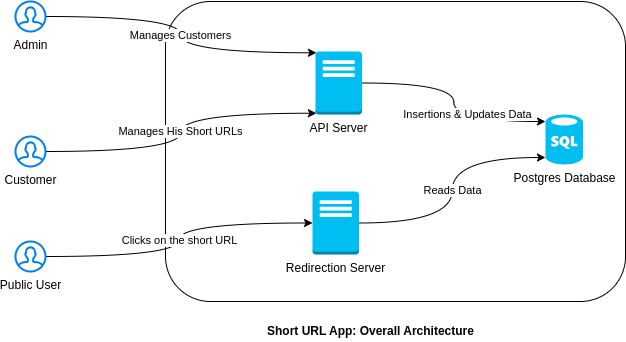
Earlier version of the draw.io export docs/02_design/images/ArchitectureDiagrams.drawio.png (elbombardi/squrl). Source tidied: cells renumbered, new cells last; positions are measured from the earlier drawing's top-left corner, leaving out a move shared by most shapes.
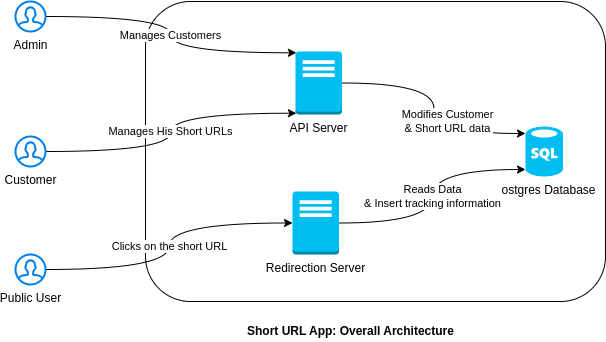
After the commit.

The edit, as a diff of the source:
```diff
@@ -5,11 +5,11 @@
     <mxCell id="2" style="rounded=1;whiteSpace=wrap;html=1;" parent="1" vertex="1">
       <mxGeometry x="150" width="460" height="300" as="geometry" />
     </mxCell>
-    <mxCell id="3" value="Insertions &amp;amp; Updates Data" style="rounded=0;jettySize=auto;html=1;entryX=0;entryY=0.14;entryDx=0;entryDy=0;entryPerimeter=0;exitX=1;exitY=0.5;exitDx=0;exitDy=0;exitPerimeter=0;edgeStyle=orthogonalEdgeStyle;curved=1;" parent="1" edge="1" source="6" target="4">
+    <mxCell id="3" value="Modifies Customer &lt;br&gt;&amp;amp; Short URL data" style="rounded=0;jettySize=auto;html=1;entryX=0;entryY=0.14;entryDx=0;entryDy=0;entryPerimeter=0;exitX=1;exitY=0.5;exitDx=0;exitDy=0;exitPerimeter=0;edgeStyle=orthogonalEdgeStyle;curved=1;" parent="1" edge="1" source="6" target="4">
       <mxGeometry x="0.11" y="14" relative="1" as="geometry" />
     </mxCell>
     <mxCell id="4" value="Postgres Database" style="verticalLabelPosition=bottom;html=1;verticalAlign=top;align=center;strokeColor=none;fillColor=#00BEF2;shape=mxgraph.azure.sql_database;" parent="1" vertex="1">
-      <mxGeometry x="530" y="113" width="37.5" height="50" as="geometry" />
+      <mxGeometry x="530" y="125" width="37.5" height="50" as="geometry" />
     </mxCell>
     <mxCell id="5" value="Short URL App: Overall Architecture" style="text;html=1;align=left;verticalAlign=top;spacingTop=-4;fontStyle=1;" parent="1" vertex="1">
       <mxGeometry x="250" y="320" width="230" height="20" as="geometry" />
@@ -17,7 +17,7 @@
     <mxCell id="6" value="API Server" style="outlineConnect=0;dashed=0;verticalLabelPosition=bottom;verticalAlign=top;align=center;html=1;shape=mxgraph.aws3.traditional_server;fillColor=#00BEF2;strokeColor=#6c8ebf;" parent="1" vertex="1">
       <mxGeometry x="300" y="50" width="46.5" height="63" as="geometry" />
     </mxCell>
-    <mxCell id="7" value="Reads Data" style="rounded=0;jettySize=auto;html=1;exitX=1;exitY=0.5;exitDx=0;exitDy=0;exitPerimeter=0;entryX=0;entryY=0.86;entryDx=0;entryDy=0;entryPerimeter=0;edgeStyle=orthogonalEdgeStyle;curved=1;" parent="1" edge="1" source="8" target="4">
+    <mxCell id="7" value="Reads Data &lt;br&gt;&amp;amp; Insert tracking information" style="rounded=0;jettySize=auto;html=1;exitX=1;exitY=0.5;exitDx=0;exitDy=0;exitPerimeter=0;entryX=0;entryY=0.86;entryDx=0;entryDy=0;entryPerimeter=0;edgeStyle=orthogonalEdgeStyle;curved=1;" parent="1" edge="1" source="8" target="4">
       <mxGeometry relative="1" as="geometry" />
     </mxCell>
     <mxCell id="8" value="Redirection Server" style="outlineConnect=0;dashed=0;verticalLabelPosition=bottom;verticalAlign=top;align=center;html=1;shape=mxgraph.aws3.traditional_server;fillColor=#00BEF2;gradientColor=none;" parent="1" vertex="1">
@@ -27,19 +27,19 @@
       <mxGeometry relative="1" as="geometry" />
     </mxCell>
     <mxCell id="10" value="Admin" style="html=1;verticalLabelPosition=bottom;align=center;labelBackgroundColor=#ffffff;verticalAlign=top;strokeWidth=2;strokeColor=#0080F0;shadow=0;dashed=0;shape=mxgraph.ios7.icons.user;" parent="1" vertex="1">
-      <mxGeometry width="30" height="30" as="geometry" />
+      <mxGeometry x="20" width="30" height="30" as="geometry" />
     </mxCell>
     <mxCell id="11" value="Manages His Short URLs" style="edgeStyle=orthogonalEdgeStyle;rounded=0;jettySize=auto;html=1;entryX=0.02;entryY=0.98;entryDx=0;entryDy=0;entryPerimeter=0;curved=1;" parent="1" edge="1" source="12" target="6">
       <mxGeometry relative="1" as="geometry" />
     </mxCell>
     <mxCell id="12" value="Customer" style="html=1;verticalLabelPosition=bottom;align=center;labelBackgroundColor=#ffffff;verticalAlign=top;strokeWidth=2;strokeColor=#0080F0;shadow=0;dashed=0;shape=mxgraph.ios7.icons.user;" parent="1" vertex="1">
-      <mxGeometry y="135" width="30" height="30" as="geometry" />
+      <mxGeometry x="20" y="135" width="30" height="30" as="geometry" />
     </mxCell>
     <mxCell id="13" value="Clicks on the short URL" style="edgeStyle=orthogonalEdgeStyle;rounded=0;jettySize=auto;html=1;curved=1;" parent="1" edge="1" source="14" target="8">
       <mxGeometry relative="1" as="geometry" />
     </mxCell>
     <mxCell id="14" value="Public User" style="html=1;verticalLabelPosition=bottom;align=center;labelBackgroundColor=#ffffff;verticalAlign=top;strokeWidth=2;strokeColor=#0080F0;shadow=0;dashed=0;shape=mxgraph.ios7.icons.user;" parent="1" vertex="1">
-      <mxGeometry y="240" width="30" height="30" as="geometry" />
+      <mxGeometry x="20" y="253" width="30" height="30" as="geometry" />
     </mxCell>
   </root>
 </mxGraphModel>
```
